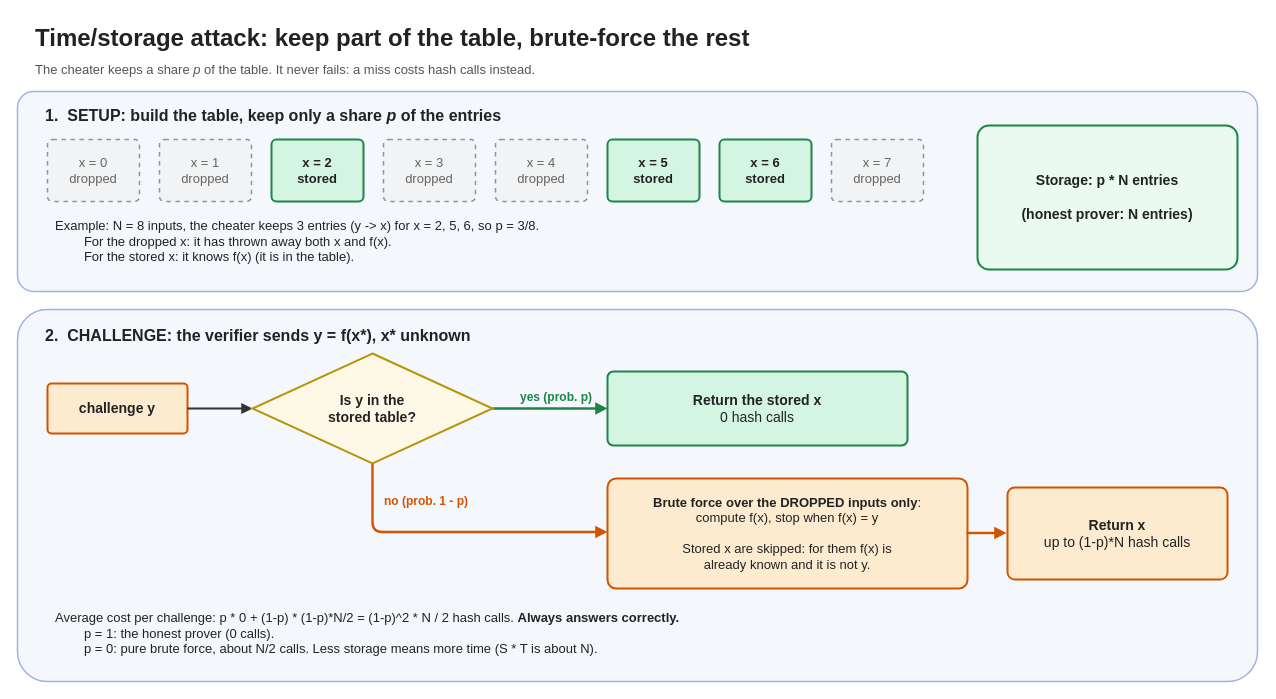
The draw.io diagram Project/Diagramms/TimeStorageAttack.drawio in AngelosKamaris/AAU-1st-Semester-Repo-Group-8, before the edit. Source tidied: cells renumbered, new cells numbered last; positions are measured from the earlier drawing's top-left corner, leaving out a move shared by most shapes. Both pictures are drawn from the tidied source at 100%, with x=0, y=0 at pixel (17, 17).
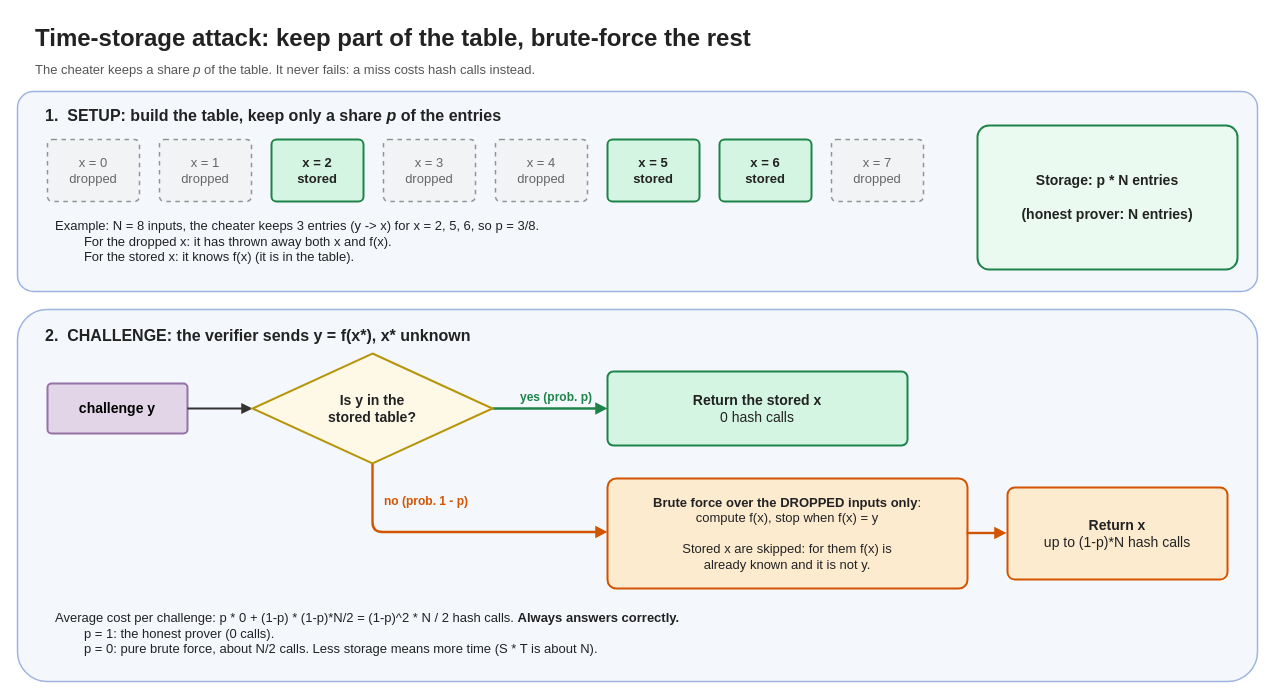
The same page after the edit.

Commit message (it also covers changes not shown here):
Improve time-storage attack diagram

The edit, as a diff of the source:
```diff
@@
-    <mxCell id="2" value="Time/storage attack: keep part of the table, brute-force the rest" style="html=1;whiteSpace=wrap;fontSize=24;fontColor=#222222;align=left;verticalAlign=top;fillColor=none;strokeColor=none;fontStyle=1;spacingLeft=6;" parent="1" vertex="1">
+    <mxCell id="2" value="Time-storage attack: keep part of the table, brute-force the rest" style="html=1;whiteSpace=wrap;fontSize=24;fontColor=#222222;align=left;verticalAlign=top;fillColor=none;strokeColor=none;fontStyle=1;spacingLeft=6;" parent="1" vertex="1">
       <mxGeometry x="10" width="1220" height="34" as="geometry" />
     </mxCell>
@@
-    <mxCell id="18" value="challenge y" style="html=1;whiteSpace=wrap;fontSize=14;fontColor=#222222;align=center;verticalAlign=middle;rounded=1;arcSize=8;fillColor=#fdebd0;strokeColor=#d35400;strokeWidth=2;fontStyle=1;" parent="1" vertex="1">
+    <mxCell id="18" value="challenge y" style="html=1;whiteSpace=wrap;fontSize=14;align=center;verticalAlign=middle;rounded=1;arcSize=8;fillColor=#e1d5e7;strokeColor=#9673a6;strokeWidth=2;fontStyle=1;" parent="1" vertex="1">
       <mxGeometry x="30" y="366" width="140" height="50" as="geometry" />
     </mxCell>
```
